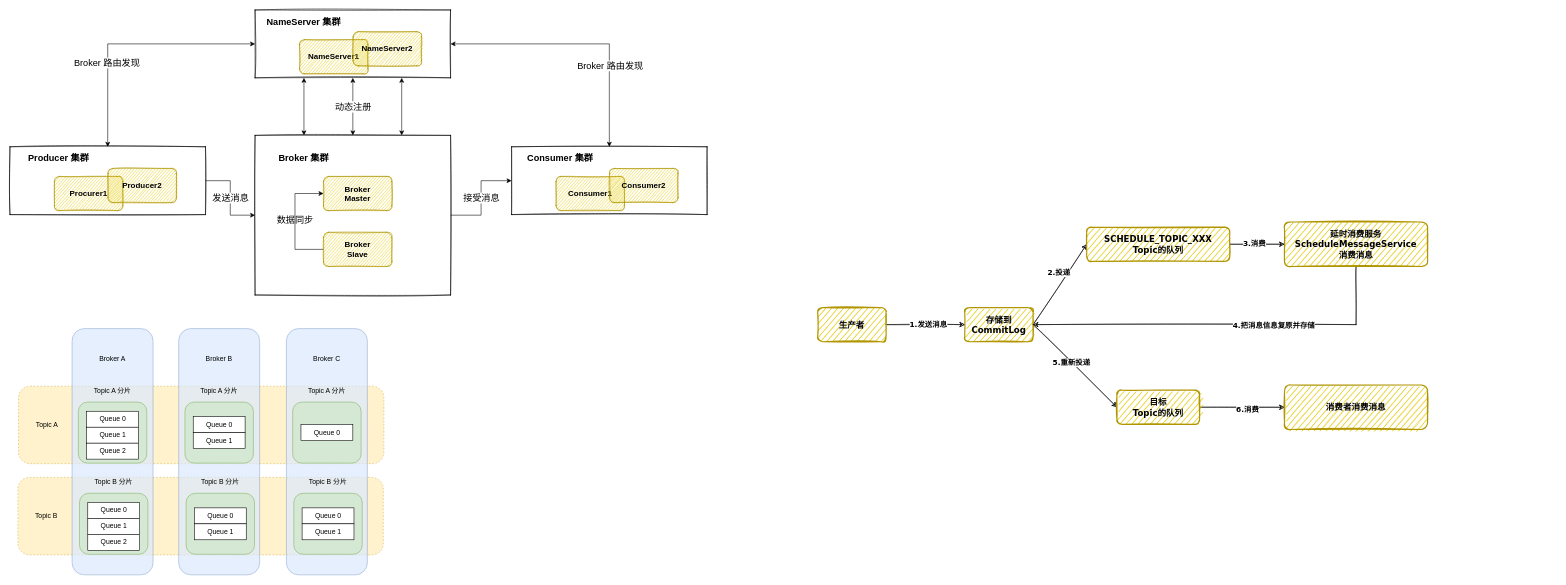
gelald/drawio-storage keeps this draw.io diagram as RocketMQ.drawio. Above is the earlier version. Source tidied: cells renumbered, new cells numbered last; positions are measured from the earlier drawing's top-left corner, leaving out a move shared by most shapes. Both pictures are drawn from the tidied source at 57%, with x=0, y=0 at pixel (10, 10).
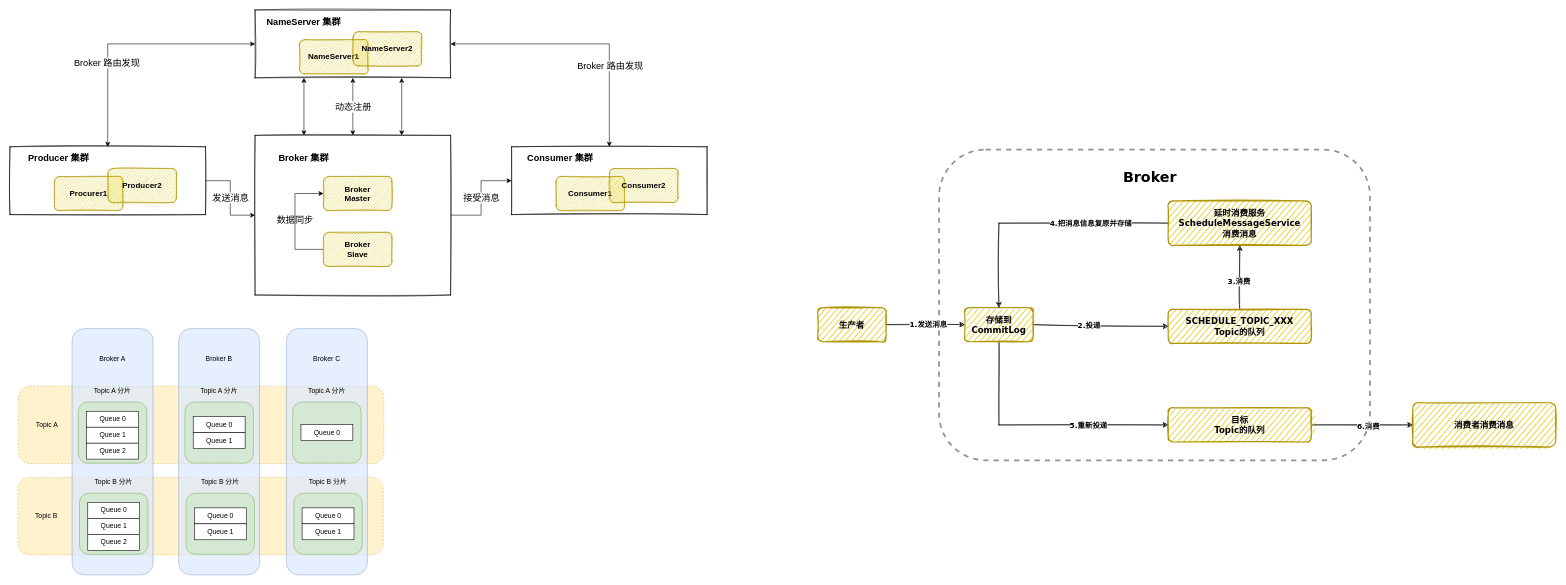
Above is the later version.

Commit message:
更新延时消息流程图

The change refers to these unchanged cells:
```xml
<mxCell id="81" style="rounded=0;sketch=1;jettySize=auto;html=1;exitX=1;exitY=0.5;exitDx=0;exitDy=0;entryX=0;entryY=0.5;entryDx=0;entryDy=0;fontFamily=Verdana;fontSize=13;fontColor=#000000;" parent="1" edge="1" source="85" target="88">
  <mxGeometry relative="1" as="geometry" />
</mxCell>
<mxCell id="85" value="&lt;font style=&quot;font-size: 15px;&quot; face=&quot;Verdana&quot;&gt;&lt;b&gt;存储到CommitLog&lt;/b&gt;&lt;/font&gt;" style="rounded=1;whiteSpace=wrap;html=1;sketch=1;fillStyle=auto;shadow=0;glass=0;fillColor=#e3c800;strokeColor=#B09500;fontColor=#000000;strokeWidth=2;" parent="1" vertex="1">
  <mxGeometry x="1675" y="522" width="120" height="60" as="geometry" />
</mxCell>
```

What changed in the source:
```diff
@@
     <mxCell id="82" value="&lt;b&gt;2.投递&lt;/b&gt;" style="edgeLabel;html=1;align=center;verticalAlign=middle;fontSize=13;fontFamily=Verdana;fontColor=#000000;" parent="81" vertex="1">
       <mxGeometry x="0.29" y="-2" relative="1" as="geometry">
-        <mxPoint x="-18" y="-2" as="offset" />
+        <mxPoint x="-55" y="-2" as="offset" />
       </mxGeometry>
     </mxCell>
-    <mxCell id="83" style="edgeStyle=none;rounded=0;sketch=1;jettySize=auto;html=1;exitX=1;exitY=0.5;exitDx=0;exitDy=0;entryX=0;entryY=0.5;entryDx=0;entryDy=0;fontFamily=Verdana;fontSize=13;fontColor=#000000;" parent="1" edge="1" source="85" target="94">
+    <mxCell id="83" style="edgeStyle=orthogonalEdgeStyle;rounded=0;sketch=1;jettySize=auto;html=1;exitX=0.5;exitY=1;exitDx=0;exitDy=0;entryX=0;entryY=0.5;entryDx=0;entryDy=0;fontFamily=Verdana;fontSize=13;fontColor=#000000;" parent="1" edge="1" source="85" target="94">
       <mxGeometry relative="1" as="geometry" />
     </mxCell>
     <mxCell id="84" value="&lt;b&gt;5.重新投递&lt;/b&gt;" style="edgeLabel;html=1;align=center;verticalAlign=middle;fontSize=13;fontFamily=Verdana;fontColor=#000000;" parent="83" vertex="1">
-      <mxGeometry x="-0.09" y="-1" relative="1" as="geometry" />
+      <mxGeometry x="-0.09" y="-1" relative="1" as="geometry">
+        <mxPoint x="100" y="-1" as="offset" />
+      </mxGeometry>
     </mxCell>
@@
-    <mxCell id="86" style="edgeStyle=none;rounded=0;sketch=1;jettySize=auto;html=1;exitX=1;exitY=0.5;exitDx=0;exitDy=0;entryX=0;entryY=0.5;entryDx=0;entryDy=0;fontFamily=Verdana;fontSize=13;fontColor=#000000;" parent="1" edge="1" source="88" target="91">
+    <mxCell id="86" style="edgeStyle=none;rounded=0;sketch=1;jettySize=auto;html=1;exitX=0.5;exitY=0;exitDx=0;exitDy=0;entryX=0.5;entryY=1;entryDx=0;entryDy=0;fontFamily=Verdana;fontSize=13;fontColor=#000000;" parent="1" edge="1" source="88" target="91">
       <mxGeometry relative="1" as="geometry" />
     </mxCell>
@@
     <mxCell id="88" value="&lt;font style=&quot;font-size: 15px;&quot; face=&quot;Verdana&quot;&gt;&lt;b&gt;SCHEDULE_TOPIC_XXX&lt;br&gt;Topic的队列&lt;br&gt;&lt;/b&gt;&lt;/font&gt;" style="rounded=1;whiteSpace=wrap;html=1;sketch=1;fillStyle=auto;shadow=0;glass=0;fillColor=#e3c800;strokeColor=#B09500;fontColor=#000000;strokeWidth=2;" parent="1" vertex="1">
-      <mxGeometry x="1889" y="381" width="251" height="60" as="geometry" />
+      <mxGeometry x="2032" y="525" width="251" height="60" as="geometry" />
     </mxCell>
-    <mxCell id="89" style="edgeStyle=orthogonalEdgeStyle;rounded=0;sketch=1;jettySize=auto;html=1;exitX=0.5;exitY=1;exitDx=0;exitDy=0;entryX=1;entryY=0.5;entryDx=0;entryDy=0;fontFamily=Verdana;fontSize=13;fontColor=#000000;" parent="1" edge="1" source="91" target="85">
+    <mxCell id="89" style="edgeStyle=orthogonalEdgeStyle;rounded=0;jettySize=auto;html=1;exitX=0;exitY=0.5;exitDx=0;exitDy=0;entryX=0.5;entryY=0;entryDx=0;entryDy=0;sketch=1;" parent="1" edge="1" source="91" target="85">
       <mxGeometry relative="1" as="geometry" />
     </mxCell>
-    <mxCell id="90" value="&lt;b&gt;4.把消息信息复原并存储&lt;/b&gt;" style="edgeLabel;html=1;align=center;verticalAlign=middle;fontSize=13;fontFamily=Verdana;fontColor=#000000;" parent="89" vertex="1">
-      <mxGeometry x="-0.26" y="1" relative="1" as="geometry">
-        <mxPoint y="-1" as="offset" />
+    <mxCell id="90" value="&lt;b style=&quot;font-family: Verdana; font-size: 13px;&quot;&gt;4.把消息信息复原并存储&lt;/b&gt;" style="edgeLabel;html=1;align=center;verticalAlign=middle;" parent="89" vertex="1">
+      <mxGeometry x="-0.01" y="4" relative="1" as="geometry">
+        <mxPoint x="83" y="-4" as="offset" />
       </mxGeometry>
     </mxCell>
     <mxCell id="91" value="&lt;font style=&quot;font-size: 15px;&quot; face=&quot;Verdana&quot;&gt;&lt;b&gt;延时消费服务&lt;br&gt;ScheduleMessageService&lt;br&gt;消费消息&lt;br&gt;&lt;/b&gt;&lt;/font&gt;" style="rounded=1;whiteSpace=wrap;html=1;sketch=1;fillStyle=auto;shadow=0;glass=0;fillColor=#e3c800;strokeColor=#B09500;fontColor=#000000;strokeWidth=2;" parent="1" vertex="1">
-      <mxGeometry x="2236" y="372" width="251" height="78" as="geometry" />
+      <mxGeometry x="2032" y="335" width="251" height="78" as="geometry" />
     </mxCell>
@@
     <mxCell id="94" value="&lt;font style=&quot;font-size: 15px;&quot; face=&quot;Verdana&quot;&gt;&lt;b&gt;目标&lt;br&gt;Topic的队列&lt;br&gt;&lt;/b&gt;&lt;/font&gt;" style="rounded=1;whiteSpace=wrap;html=1;sketch=1;fillStyle=auto;shadow=0;glass=0;fillColor=#e3c800;strokeColor=#B09500;fontColor=#000000;strokeWidth=2;" parent="1" vertex="1">
-      <mxGeometry x="1942" y="667" width="145" height="60" as="geometry" />
+      <mxGeometry x="2032" y="698" width="251" height="60" as="geometry" />
     </mxCell>
     <mxCell id="95" value="&lt;font style=&quot;font-size: 15px;&quot; face=&quot;Verdana&quot;&gt;&lt;b&gt;消费者消费消息&lt;br&gt;&lt;/b&gt;&lt;/font&gt;" style="rounded=1;whiteSpace=wrap;html=1;sketch=1;fillStyle=auto;shadow=0;glass=0;fillColor=#e3c800;strokeColor=#B09500;fontColor=#000000;strokeWidth=2;" parent="1" vertex="1">
-      <mxGeometry x="2236" y="658" width="251" height="78" as="geometry" />
+      <mxGeometry x="2461" y="689" width="251" height="78" as="geometry" />
     </mxCell>
+    <mxCell id="96" style="rounded=1;whiteSpace=wrap;html=1;dashed=1;strokeWidth=3;strokeColor=#919191;fillColor=none;" parent="1" vertex="1">
+      <mxGeometry x="1630" y="245" width="756" height="545" as="geometry" />
+    </mxCell>
+    <mxCell id="97" value="&lt;font style=&quot;font-size: 25px;&quot; face=&quot;Verdana&quot;&gt;&lt;b&gt;Broker&lt;/b&gt;&lt;/font&gt;" style="text;html=1;strokeColor=none;fillColor=none;align=center;verticalAlign=middle;whiteSpace=wrap;rounded=0;dashed=1;" parent="1" vertex="1">
+      <mxGeometry x="1941" y="278" width="118" height="30" as="geometry" />
+    </mxCell>
```
